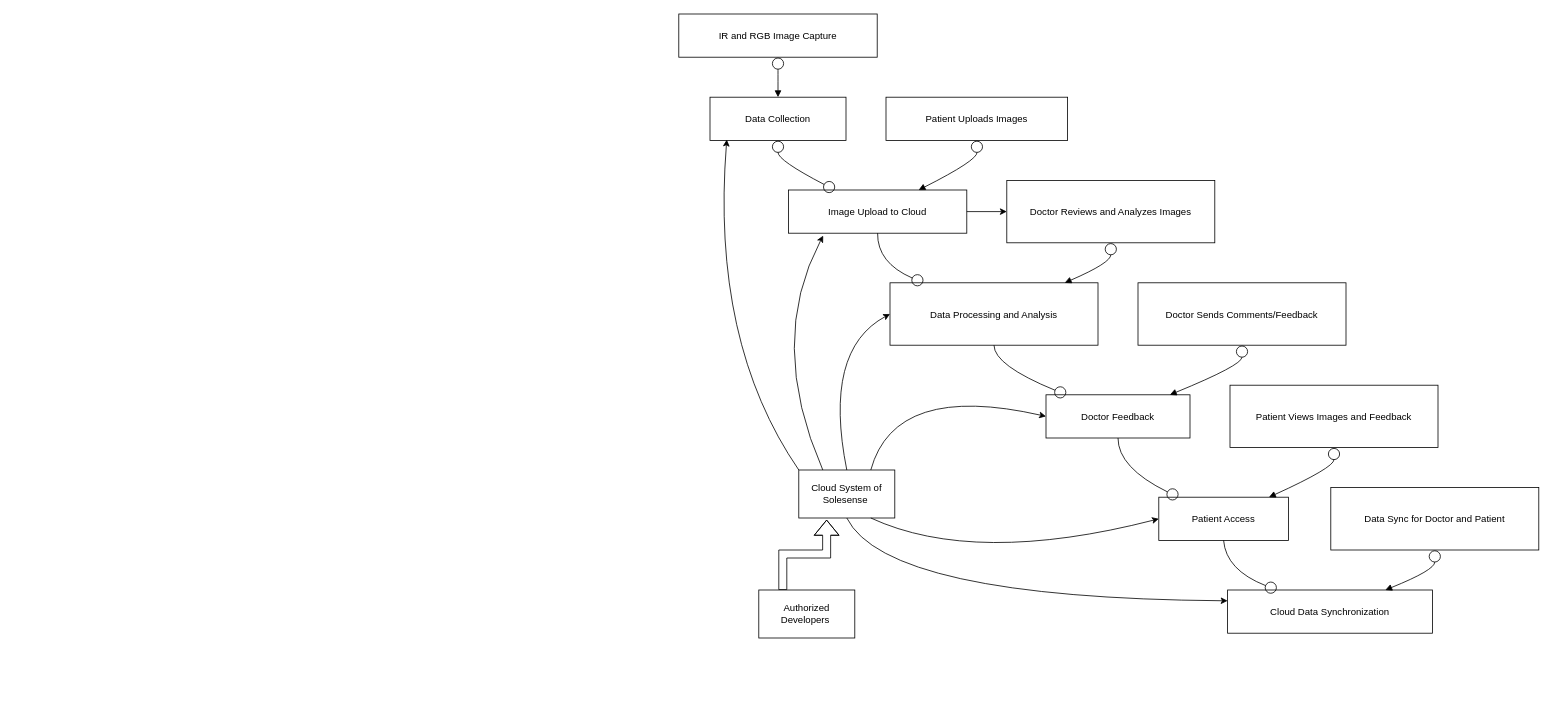
Earlier version of the draw.io diagram Data flow.drawio (Charlie174/Draw.io). Source tidied: cells renumbered, new cells numbered last; positions are measured from the earlier drawing's top-left corner, leaving out a move shared by most shapes. Both pictures are drawn from the tidied source at 80%, with x=0, y=0 at pixel (678, 14).
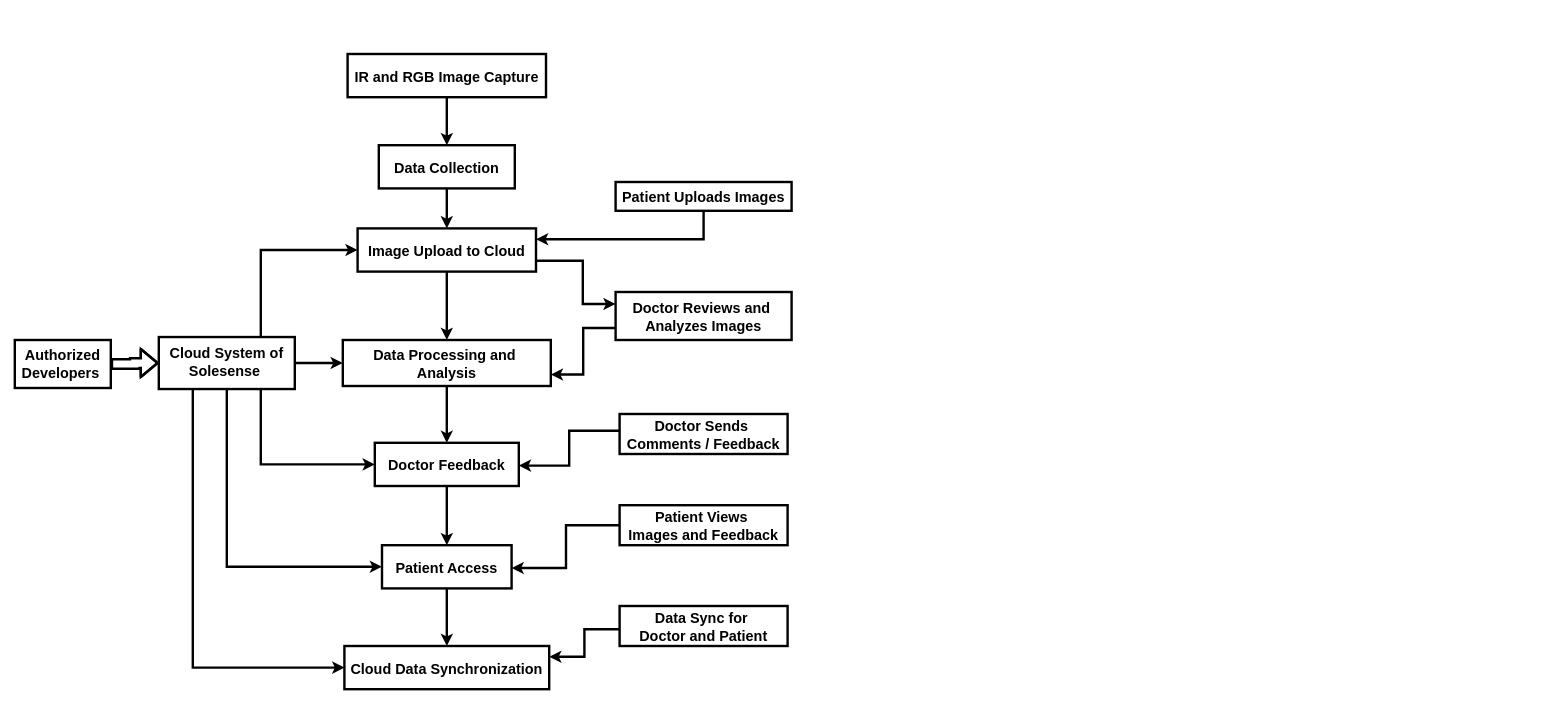
Above is the later version.

Change to the diagram source:
```diff
@@
+    <mxCell id="15" style="edgeStyle=orthogonalEdgeStyle;rounded=0;jettySize=auto;html=1;fontSize=18;strokeWidth=3;fontStyle=1;" parent="1" edge="1" source="2" target="4">
+      <mxGeometry relative="1" as="geometry" />
+    </mxCell>
-    <mxCell id="2" value="Data Collection" style="fillColor=none;strokeColor=default;" parent="1" vertex="1">
-      <mxGeometry x="39" y="104" width="170" height="54" as="geometry" />
+    <mxCell id="2" value="Data Collection" style="fillColor=none;strokeColor=default;fontSize=18;strokeWidth=3;fontStyle=1;" parent="1" vertex="1">
+      <mxGeometry x="-375" y="164" width="170" height="54" as="geometry" />
     </mxCell>
+    <mxCell id="16" style="edgeStyle=orthogonalEdgeStyle;rounded=0;jettySize=auto;html=1;fontSize=18;strokeWidth=3;fontStyle=1;" parent="1" edge="1" source="4" target="5">
+      <mxGeometry relative="1" as="geometry" />
+    </mxCell>
-    <mxCell id="3" style="edgeStyle=orthogonalEdgeStyle;rounded=0;jettySize=auto;html=1;" parent="1" edge="1" source="4" target="11">
-      <mxGeometry relative="1" as="geometry" />
+    <mxCell id="3" style="edgeStyle=orthogonalEdgeStyle;rounded=0;jettySize=auto;html=1;entryX=0;entryY=0.25;entryDx=0;entryDy=0;exitX=1;exitY=0.75;exitDx=0;exitDy=0;fontSize=14;strokeWidth=3;" parent="1" edge="1" source="4" target="11">
+      <mxGeometry relative="1" as="geometry">
+        <Array as="points">
+          <mxPoint x="-120" y="309" />
+          <mxPoint x="-120" y="363" />
+        </Array>
+      </mxGeometry>
     </mxCell>
-    <mxCell id="4" value="Image Upload to Cloud" style="fillColor=none;strokeColor=default;" parent="1" vertex="1">
-      <mxGeometry x="137" y="220" width="223" height="54" as="geometry" />
+    <mxCell id="4" value="Image Upload to Cloud" style="fillColor=none;strokeColor=default;fontSize=18;strokeWidth=3;fontStyle=1;" parent="1" vertex="1">
+      <mxGeometry x="-401.5" y="268" width="223" height="54" as="geometry" />
     </mxCell>
+    <mxCell id="17" style="edgeStyle=orthogonalEdgeStyle;rounded=0;jettySize=auto;html=1;fontSize=18;strokeWidth=3;fontStyle=1;" parent="1" edge="1" source="5" target="6">
+      <mxGeometry relative="1" as="geometry" />
+    </mxCell>
-    <mxCell id="5" value="Data Processing and Analysis" style="fillColor=none;strokeColor=default;" parent="1" vertex="1">
-      <mxGeometry x="264" y="336" width="260" height="78" as="geometry" />
+    <mxCell id="5" value="Data Processing and &#10;Analysis" style="fillColor=none;strokeColor=default;fontSize=18;strokeWidth=3;fontStyle=1;" parent="1" vertex="1">
+      <mxGeometry x="-420" y="407.5" width="260" height="57.5" as="geometry" />
     </mxCell>
+    <mxCell id="18" style="edgeStyle=orthogonalEdgeStyle;rounded=0;jettySize=auto;html=1;fontSize=18;strokeWidth=3;fontStyle=1;" parent="1" edge="1" source="6" target="7">
+      <mxGeometry relative="1" as="geometry" />
+    </mxCell>
-    <mxCell id="6" value="Doctor Feedback" style="fillColor=none;strokeColor=default;" parent="1" vertex="1">
-      <mxGeometry x="459" y="476" width="180" height="54" as="geometry" />
+    <mxCell id="6" value="Doctor Feedback" style="fillColor=none;strokeColor=default;fontSize=18;strokeWidth=3;fontStyle=1;" parent="1" vertex="1">
+      <mxGeometry x="-380" y="536" width="180" height="54" as="geometry" />
     </mxCell>
+    <mxCell id="19" style="edgeStyle=orthogonalEdgeStyle;rounded=0;jettySize=auto;html=1;fontSize=18;strokeWidth=3;fontStyle=1;" parent="1" edge="1" source="7" target="8">
+      <mxGeometry relative="1" as="geometry" />
+    </mxCell>
-    <mxCell id="7" value="Patient Access" style="fillColor=none;strokeColor=default;" parent="1" vertex="1">
-      <mxGeometry x="600" y="604" width="162" height="54" as="geometry" />
+    <mxCell id="7" value="Patient Access" style="fillColor=none;strokeColor=default;fontSize=18;strokeWidth=3;fontStyle=1;" parent="1" vertex="1">
+      <mxGeometry x="-371" y="664" width="162" height="54" as="geometry" />
     </mxCell>
-    <mxCell id="8" value="Cloud Data Synchronization" style="fillColor=none;strokeColor=default;" parent="1" vertex="1">
-      <mxGeometry x="686" y="720" width="256" height="54" as="geometry" />
+    <mxCell id="8" value="Cloud Data Synchronization" style="fillColor=none;strokeColor=default;fontSize=18;strokeWidth=3;fontStyle=1;" parent="1" vertex="1">
+      <mxGeometry x="-418" y="790" width="256" height="54" as="geometry" />
     </mxCell>
+    <mxCell id="20" style="edgeStyle=orthogonalEdgeStyle;rounded=0;jettySize=auto;html=1;fontSize=18;strokeWidth=3;fontStyle=1;" parent="1" edge="1" source="9" target="2">
+      <mxGeometry relative="1" as="geometry" />
+    </mxCell>
-    <mxCell id="9" value="IR and RGB Image Capture" style="fillColor=none;strokeColor=default;" parent="1" vertex="1">
-      <mxGeometry width="248" height="54" as="geometry" />
+    <mxCell id="9" value="IR and RGB Image Capture" style="fillColor=none;strokeColor=default;fontSize=18;strokeWidth=3;fontStyle=1;" parent="1" vertex="1">
+      <mxGeometry x="-414" y="50" width="248" height="54" as="geometry" />
     </mxCell>
+    <mxCell id="21" style="edgeStyle=orthogonalEdgeStyle;rounded=0;jettySize=auto;html=1;entryX=1;entryY=0.25;entryDx=0;entryDy=0;exitX=0.5;exitY=1;exitDx=0;exitDy=0;fontSize=18;strokeWidth=3;fontStyle=1;" parent="1" edge="1" source="10" target="4">
+      <mxGeometry relative="1" as="geometry" />
+    </mxCell>
-    <mxCell id="10" value="Patient Uploads Images" style="fillColor=none;strokeColor=default;" parent="1" vertex="1">
-      <mxGeometry x="259" y="104" width="227" height="54" as="geometry" />
+    <mxCell id="10" value="Patient Uploads Images" style="fillColor=none;strokeColor=default;fontSize=18;strokeWidth=3;fontStyle=1;" parent="1" vertex="1">
+      <mxGeometry x="-79" y="210" width="220" height="36" as="geometry" />
     </mxCell>
-    <mxCell id="11" value="Doctor Reviews and Analyzes Images" style="fillColor=none;strokeColor=default;" parent="1" vertex="1">
-      <mxGeometry x="410" y="208" width="260" height="78" as="geometry" />
+    <mxCell id="11" value="Doctor Reviews and &#10;Analyzes Images" style="fillColor=none;strokeColor=default;fontSize=18;strokeWidth=3;fontStyle=1;" parent="1" vertex="1">
+      <mxGeometry x="-79" y="347.5" width="220" height="60" as="geometry" />
     </mxCell>
+    <mxCell id="35" style="edgeStyle=orthogonalEdgeStyle;rounded=0;jettySize=auto;html=1;entryX=1;entryY=0.25;entryDx=0;entryDy=0;fontSize=18;strokeWidth=3;fontStyle=1;exitX=0.001;exitY=0.417;exitDx=0;exitDy=0;exitPerimeter=0;" parent="1" edge="1" source="12">
+      <mxGeometry relative="1" as="geometry">
+        <mxPoint x="-200" y="564.5" as="targetPoint" />
+        <Array as="points">
+          <mxPoint x="-137" y="521" />
+          <mxPoint x="-137" y="565" />
+        </Array>
+      </mxGeometry>
+    </mxCell>
-    <mxCell id="12" value="Doctor Sends Comments/Feedback" style="fillColor=none;strokeColor=default;" parent="1" vertex="1">
-      <mxGeometry x="574" y="336" width="260" height="78" as="geometry" />
+    <mxCell id="12" value="Doctor Sends &#10;Comments / Feedback" style="fillColor=none;strokeColor=default;fontSize=18;strokeWidth=3;fontStyle=1;" parent="1" vertex="1">
+      <mxGeometry x="-74" y="500" width="210" height="50" as="geometry" />
     </mxCell>
+    <mxCell id="36" style="edgeStyle=orthogonalEdgeStyle;rounded=0;jettySize=auto;html=1;entryX=1;entryY=0.25;entryDx=0;entryDy=0;fontSize=18;strokeWidth=3;fontStyle=1;exitX=0;exitY=0.5;exitDx=0;exitDy=0;" parent="1" edge="1" source="13">
+      <mxGeometry relative="1" as="geometry">
+        <mxPoint x="-209" y="692.5" as="targetPoint" />
+        <Array as="points">
+          <mxPoint x="-74" y="639" />
+          <mxPoint x="-141" y="640" />
+          <mxPoint x="-141" y="693" />
+        </Array>
+      </mxGeometry>
+    </mxCell>
-    <mxCell id="13" value="Patient Views Images and Feedback" style="fillColor=none;strokeColor=default;" parent="1" vertex="1">
-      <mxGeometry x="689" y="464" width="260" height="78" as="geometry" />
+    <mxCell id="13" value="Patient Views &#10;Images and Feedback" style="fillColor=none;strokeColor=default;fontSize=18;strokeWidth=3;fontStyle=1;" parent="1" vertex="1">
+      <mxGeometry x="-74" y="614" width="210" height="50" as="geometry" />
     </mxCell>
+    <mxCell id="25" style="edgeStyle=orthogonalEdgeStyle;rounded=0;jettySize=auto;html=1;entryX=1;entryY=0.25;entryDx=0;entryDy=0;fontSize=18;strokeWidth=3;fontStyle=1;" parent="1" edge="1" source="14" target="8">
+      <mxGeometry relative="1" as="geometry">
+        <Array as="points">
+          <mxPoint x="-118" y="769" />
+          <mxPoint x="-118" y="803" />
+        </Array>
+      </mxGeometry>
+    </mxCell>
-    <mxCell id="14" value="Data Sync for Doctor and Patient" style="fillColor=none;strokeColor=default;" parent="1" vertex="1">
-      <mxGeometry x="815" y="592" width="260" height="78" as="geometry" />
+    <mxCell id="14" value="Data Sync for &#10;Doctor and Patient" style="fillColor=none;strokeColor=default;fontSize=18;strokeWidth=3;fontStyle=1;" parent="1" vertex="1">
+      <mxGeometry x="-74" y="740" width="210" height="50" as="geometry" />
     </mxCell>
-    <mxCell id="15" style="curved=1;startArrow=circle;startFill=0;endArrow=circle;endFill=0;exitX=0.5;exitY=1;entryX=0.26;entryY=0;rounded=0;" parent="1" edge="1" source="2" target="4">
-      <mxGeometry relative="1" as="geometry">
-        <Array as="points">
-          <mxPoint x="124" y="183" />
-        </Array>
-      </mxGeometry>
-    </mxCell>
-    <mxCell id="16" style="curved=1;startArrow=none;endArrow=circle;endFill=0;exitX=0.5;exitY=1;entryX=0.16;entryY=0;rounded=0;" parent="1" edge="1" source="4" target="5">
-      <mxGeometry relative="1" as="geometry">
-        <Array as="points">
-          <mxPoint x="248" y="311" />
-        </Array>
-      </mxGeometry>
-    </mxCell>
-    <mxCell id="17" style="curved=1;startArrow=none;endArrow=circle;endFill=0;exitX=0.5;exitY=1;entryX=0.14;entryY=0;rounded=0;" parent="1" edge="1" source="5" target="6">
-      <mxGeometry relative="1" as="geometry">
-        <Array as="points">
-          <mxPoint x="394" y="439" />
-        </Array>
-      </mxGeometry>
-    </mxCell>
-    <mxCell id="18" style="curved=1;startArrow=none;endArrow=circle;endFill=0;exitX=0.5;exitY=1;entryX=0.15;entryY=0;rounded=0;" parent="1" edge="1" source="6" target="7">
-      <mxGeometry relative="1" as="geometry">
-        <Array as="points">
-          <mxPoint x="549" y="567" />
-        </Array>
-      </mxGeometry>
-    </mxCell>
-    <mxCell id="19" style="curved=1;startArrow=none;endArrow=circle;endFill=0;exitX=0.5;exitY=1;entryX=0.24;entryY=0;rounded=0;" parent="1" edge="1" source="7" target="8">
-      <mxGeometry relative="1" as="geometry">
-        <Array as="points">
-          <mxPoint x="684" y="695" />
-        </Array>
-      </mxGeometry>
-    </mxCell>
-    <mxCell id="20" style="curved=1;startArrow=circle;startFill=0;endArrow=block;exitX=0.5;exitY=1;entryX=0.5;entryY=0;rounded=0;" parent="1" edge="1" source="9" target="2">
-      <mxGeometry relative="1" as="geometry" />
-    </mxCell>
-    <mxCell id="21" style="curved=1;startArrow=circle;startFill=0;endArrow=block;exitX=0.5;exitY=1;entryX=0.73;entryY=0;rounded=0;" parent="1" edge="1" source="10" target="4">
-      <mxGeometry relative="1" as="geometry">
-        <Array as="points">
-          <mxPoint x="373" y="183" />
-        </Array>
-      </mxGeometry>
-    </mxCell>
-    <mxCell id="22" style="curved=1;startArrow=circle;startFill=0;endArrow=block;exitX=0.5;exitY=1;entryX=0.84;entryY=0;rounded=0;" parent="1" edge="1" source="11" target="5">
-      <mxGeometry relative="1" as="geometry">
-        <Array as="points">
-          <mxPoint x="540" y="311" />
-        </Array>
-      </mxGeometry>
-    </mxCell>
-    <mxCell id="23" style="curved=1;startArrow=circle;startFill=0;endArrow=block;exitX=0.5;exitY=1;entryX=0.86;entryY=0;rounded=0;" parent="1" edge="1" source="12" target="6">
-      <mxGeometry relative="1" as="geometry">
-        <Array as="points">
-          <mxPoint x="704" y="439" />
-        </Array>
-      </mxGeometry>
-    </mxCell>
-    <mxCell id="24" style="curved=1;startArrow=circle;startFill=0;endArrow=block;exitX=0.5;exitY=1;entryX=0.85;entryY=0;rounded=0;" parent="1" edge="1" source="13" target="7">
-      <mxGeometry relative="1" as="geometry">
-        <Array as="points">
-          <mxPoint x="819" y="567" />
-        </Array>
-      </mxGeometry>
-    </mxCell>
-    <mxCell id="25" style="curved=1;startArrow=circle;startFill=0;endArrow=block;exitX=0.5;exitY=1;entryX=0.77;entryY=0;rounded=0;" parent="1" edge="1" source="14" target="8">
-      <mxGeometry relative="1" as="geometry">
-        <Array as="points">
-          <mxPoint x="945" y="695" />
-        </Array>
-      </mxGeometry>
-    </mxCell>
-    <mxCell id="26" value="Cloud System of Solesense&amp;nbsp;" style="rounded=0;whiteSpace=wrap;html=1;" parent="1" vertex="1">
-      <mxGeometry x="150" y="570" width="120" height="60" as="geometry" />
-    </mxCell>
+    <mxCell id="29" style="edgeStyle=orthogonalEdgeStyle;rounded=0;jettySize=auto;html=1;entryX=0;entryY=0.5;entryDx=0;entryDy=0;exitX=0.75;exitY=0;exitDx=0;exitDy=0;strokeWidth=3;fontSize=18;fontStyle=1;" parent="1" edge="1" source="26" target="4">
+      <mxGeometry relative="1" as="geometry" />
+    </mxCell>
-    <mxCell id="27" style="curved=1;endArrow=classic;html=1;rounded=0;entryX=0;entryY=0.5;entryDx=0;entryDy=0;exitX=0.5;exitY=0;exitDx=0;exitDy=0;" parent="1" edge="1" source="26" target="5">
-      <mxGeometry relative="1" as="geometry">
-        <Array as="points">
-          <mxPoint x="180" y="420" />
-        </Array>
-      </mxGeometry>
+    <mxCell id="27" style="edgeStyle=orthogonalEdgeStyle;rounded=0;jettySize=auto;html=1;strokeWidth=3;fontSize=18;fontStyle=1;" parent="1" edge="1" source="26" target="5">
+      <mxGeometry relative="1" as="geometry" />
     </mxCell>
-    <mxCell id="28" style="curved=1;endArrow=classic;html=1;rounded=0;entryX=0.201;entryY=0.981;entryDx=0;entryDy=0;entryPerimeter=0;exitX=0;exitY=0;exitDx=0;exitDy=0;" parent="1" edge="1" source="26">
-      <mxGeometry relative="1" as="geometry">
-        <mxPoint x="60" y="157" as="targetPoint" />
-        <Array as="points">
-          <mxPoint x="40" y="410" />
-        </Array>
-      </mxGeometry>
-    </mxCell>
-    <mxCell id="29" style="curved=1;endArrow=classic;html=1;rounded=0;entryX=0.195;entryY=1.056;entryDx=0;entryDy=0;entryPerimeter=0;exitX=0.25;exitY=0;exitDx=0;exitDy=0;" parent="1" edge="1" source="26" target="4">
-      <mxGeometry relative="1" as="geometry">
-        <Array as="points">
-          <mxPoint x="110" y="410" />
-        </Array>
-      </mxGeometry>
-    </mxCell>
-    <mxCell id="30" style="curved=1;endArrow=classic;html=1;rounded=0;entryX=0;entryY=0.5;entryDx=0;entryDy=0;exitX=0.75;exitY=0;exitDx=0;exitDy=0;" parent="1" edge="1" source="26" target="6">
-      <mxGeometry relative="1" as="geometry">
-        <Array as="points">
-          <mxPoint x="270" y="460" />
-        </Array>
-      </mxGeometry>
+    <mxCell id="30" style="edgeStyle=orthogonalEdgeStyle;rounded=0;jettySize=auto;html=1;entryX=0;entryY=0.5;entryDx=0;entryDy=0;exitX=0.75;exitY=1;exitDx=0;exitDy=0;strokeWidth=3;fontSize=18;fontStyle=1;" parent="1" edge="1" source="26" target="6">
+      <mxGeometry relative="1" as="geometry" />
     </mxCell>
-    <mxCell id="31" style="curved=1;endArrow=classic;html=1;rounded=0;entryX=0;entryY=0.5;entryDx=0;entryDy=0;exitX=0.75;exitY=1;exitDx=0;exitDy=0;" parent="1" edge="1" source="26" target="7">
-      <mxGeometry relative="1" as="geometry">
-        <Array as="points">
-          <mxPoint x="370" y="690" />
-        </Array>
-      </mxGeometry>
+    <mxCell id="31" style="edgeStyle=orthogonalEdgeStyle;rounded=0;jettySize=auto;html=1;entryX=0;entryY=0.5;entryDx=0;entryDy=0;exitX=0.5;exitY=1;exitDx=0;exitDy=0;strokeWidth=3;fontSize=18;fontStyle=1;" parent="1" edge="1" source="26" target="7">
+      <mxGeometry relative="1" as="geometry" />
     </mxCell>
-    <mxCell id="32" style="curved=1;endArrow=classic;html=1;rounded=0;entryX=0;entryY=0.25;entryDx=0;entryDy=0;exitX=0.5;exitY=1;exitDx=0;exitDy=0;" parent="1" edge="1" source="26" target="8">
-      <mxGeometry relative="1" as="geometry">
-        <Array as="points">
-          <mxPoint x="260" y="730" />
-        </Array>
-      </mxGeometry>
+    <mxCell id="32" style="edgeStyle=orthogonalEdgeStyle;rounded=0;jettySize=auto;html=1;entryX=0;entryY=0.5;entryDx=0;entryDy=0;exitX=0.25;exitY=1;exitDx=0;exitDy=0;strokeWidth=3;fontSize=18;fontStyle=1;" parent="1" edge="1" source="26" target="8">
+      <mxGeometry relative="1" as="geometry" />
     </mxCell>
+    <mxCell id="26" value="Cloud System of Solesense&amp;nbsp;" style="rounded=0;whiteSpace=wrap;html=1;fontSize=18;strokeWidth=3;fontStyle=1;" parent="1" vertex="1">
+      <mxGeometry x="-650" y="403.8" width="170" height="65" as="geometry" />
+    </mxCell>
-    <mxCell id="33" style="edgeStyle=orthogonalEdgeStyle;rounded=0;jettySize=auto;html=1;shape=flexArrow;entryX=0.29;entryY=1.035;entryDx=0;entryDy=0;entryPerimeter=0;exitX=0.25;exitY=0;exitDx=0;exitDy=0;" parent="1" edge="1" source="34" target="26">
+    <mxCell id="33" style="edgeStyle=orthogonalEdgeStyle;rounded=0;jettySize=auto;html=1;shape=flexArrow;entryX=0;entryY=0.5;entryDx=0;entryDy=0;exitX=1;exitY=0.5;exitDx=0;exitDy=0;fontSize=18;strokeWidth=3;fontStyle=1;" parent="1" edge="1" source="34" target="26">
       <mxGeometry relative="1" as="geometry" />
     </mxCell>
-    <mxCell id="34" value="Authorized Developers&amp;nbsp;" style="rounded=0;whiteSpace=wrap;html=1;" parent="1" vertex="1">
-      <mxGeometry x="100" y="720" width="120" height="60" as="geometry" />
+    <mxCell id="34" value="Authorized Developers&amp;nbsp;" style="rounded=0;whiteSpace=wrap;html=1;fontSize=18;strokeWidth=3;fontStyle=1;" parent="1" vertex="1">
+      <mxGeometry x="-830" y="407.5" width="120" height="60" as="geometry" />
     </mxCell>
+    <mxCell id="22" style="edgeStyle=orthogonalEdgeStyle;rounded=0;jettySize=auto;html=1;entryX=1;entryY=0.75;entryDx=0;entryDy=0;exitX=0;exitY=0.75;exitDx=0;exitDy=0;fontSize=18;strokeWidth=3;fontStyle=1;" parent="1" edge="1" source="11" target="5">
+      <mxGeometry relative="1" as="geometry" />
+    </mxCell>
```
